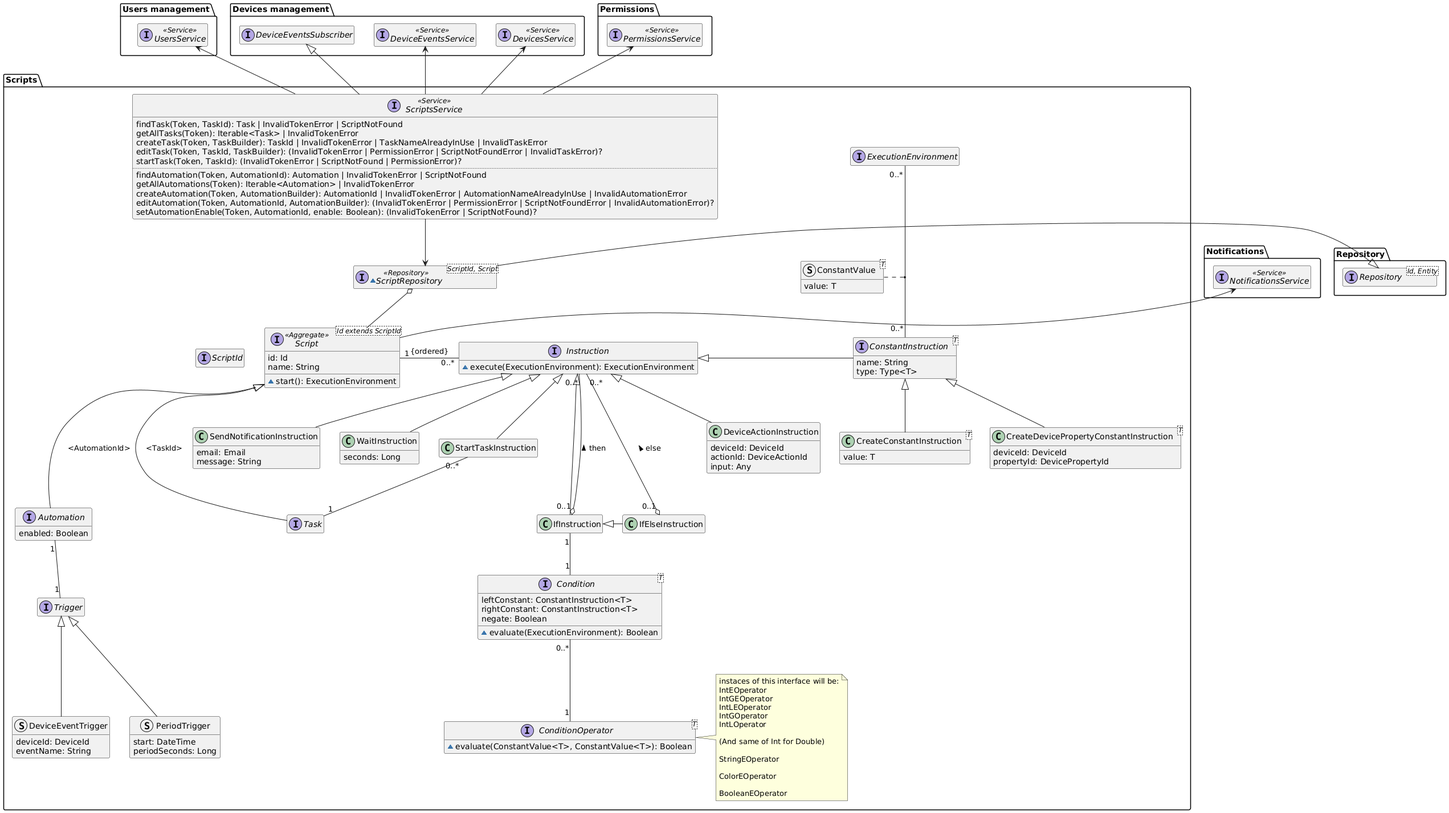
This is diagrams/generated/scripts-domain-model.png from DomoticASW/.github, a PlantUML export, as it was before one commit. The source it was exported from:
```plantuml
@startuml scripts-domain-model

hide empty members
package Repository{
    interface Repository<Id, Entity>
}

package "Users management" as UsersManagement {
    interface UsersService <<Service>>
}

package "Devices management" as DevicesManagement {
    interface DevicesService <<Service>>
    interface DeviceEventsService <<Service>>
    interface DeviceEventsSubscriber
}

package Permissions {
    interface PermissionsService <<Service>>
}

package Notifications {
    interface NotificationsService <<Service>>
}

package "Scripts" {

    interface ScriptId

    interface Script<Id extends ScriptId> <<Aggregate>> {
        id: Id
        name: String
        ~start(): ExecutionEnvironment
    }

    interface Task
    interface Automation {
        enabled: Boolean
    }

    interface Trigger

    struct DeviceEventTrigger extends Trigger {
        deviceId: DeviceId
        eventName: String
    }

    struct PeriodTrigger extends Trigger {
        start: DateTime
        periodSeconds: Long
    }

    interface Instruction {
        ~execute(ExecutionEnvironment): ExecutionEnvironment
    }
    class StartTaskInstruction extends Instruction

    class DeviceActionInstruction extends Instruction {
        deviceId: DeviceId
        actionId: DeviceActionId
        input: Any
    }

    class IfInstruction

    class IfElseInstruction

    class SendNotificationInstruction extends Instruction {
        email: Email
        message: String
    }

    class WaitInstruction extends Instruction {
        seconds: Long
    }

    interface ConstantInstruction<T> {
        name: String
        type: Type<T>
    }

    class CreateDevicePropertyConstantInstruction<T> extends ConstantInstruction {
        deviceId: DeviceId
        propertyId: DevicePropertyId
    }

    class CreateConstantInstruction<T> extends ConstantInstruction {
        value: T
    }

    interface Condition<T> {
        leftConstant: ConstantInstruction<T>
        rightConstant: ConstantInstruction<T>
        negate: Boolean
        ~evaluate(ExecutionEnvironment): Boolean
    }

    interface ConditionOperator<T> {
        ~evaluate(ConstantValue<T>, ConstantValue<T>): Boolean
    }

    note right of ConditionOperator
        instaces of this interface will be:
        IntEOperator
        IntGEOperator
        IntLEOperator
        IntGOperator
        IntLOperator

        (And same of Int for Double)

        StringEOperator

        ColorEOperator

        BooleanEOperator
    end note

    interface ExecutionEnvironment

    struct ConstantValue<T> {
        value: T
    }

    ExecutionEnvironment "0..*" -- "0..*" ConstantInstruction
    ConstantValue .. (ExecutionEnvironment, ConstantInstruction)

    ~interface ScriptRepository<ScriptId, Script> <<Repository>> {
    }
    ScriptRepository -l-|> Repository.Repository
    ScriptRepository o-- Script

    interface ScriptsService <<Service>> {
        findTask(Token, TaskId): Task | InvalidTokenError | ScriptNotFound
        getAllTasks(Token): Iterable<Task> | InvalidTokenError
        createTask(Token, TaskBuilder): TaskId | InvalidTokenError | TaskNameAlreadyInUse | InvalidTaskError
        editTask(Token, TaskId, TaskBuilder): (InvalidTokenError | PermissionError | ScriptNotFoundError | InvalidTaskError)?
        startTask(Token, TaskId): (InvalidTokenError | ScriptNotFound | PermissionError)?
        ..
        findAutomation(Token, AutomationId): Automation | InvalidTokenError | ScriptNotFound
        getAllAutomations(Token): Iterable<Automation> | InvalidTokenError
        createAutomation(Token, AutomationBuilder): AutomationId | InvalidTokenError | AutomationNameAlreadyInUse | InvalidAutomationError
        editAutomation(Token, AutomationId, AutomationBuilder): (InvalidTokenError | PermissionError | ScriptNotFoundError | InvalidAutomationError)?
        setAutomationEnable(Token, AutomationId, enable: Boolean): (InvalidTokenError | ScriptNotFound)?
    }

    Script -l[hidden] ScriptId
    Script <|-- Task : "<TaskId>"
    Script <|--- Automation : "<AutomationId>"
    Automation "1" -- "1" Trigger
    Script "1" -r- "0..*" Instruction : "{ordered}"
    IfInstruction --u-|> Instruction
    IfElseInstruction -l-|> IfInstruction
    IfInstruction "0..1" o-u- "0..*" Instruction : "then >"
    IfInstruction "1" -- "1" Condition
    IfElseInstruction "0..1" o-u- "0..*" Instruction : "else >"
    StartTaskInstruction "0..*" -- "1" Task
    Condition "0..*" -- "1" ConditionOperator
    ConstantInstruction -l-|> Instruction
    ScriptsService --> ScriptRepository
    ScriptsService -u-> Permissions.PermissionsService
    ScriptsService -u-> DevicesManagement.DevicesService
    ScriptsService -u-> DevicesManagement.DeviceEventsService
    ScriptsService -u-|> DevicesManagement.DeviceEventsSubscriber
    ScriptsService -u-> UsersManagement.UsersService
    Script -u-> Notifications.NotificationsService
}

@enduml
```
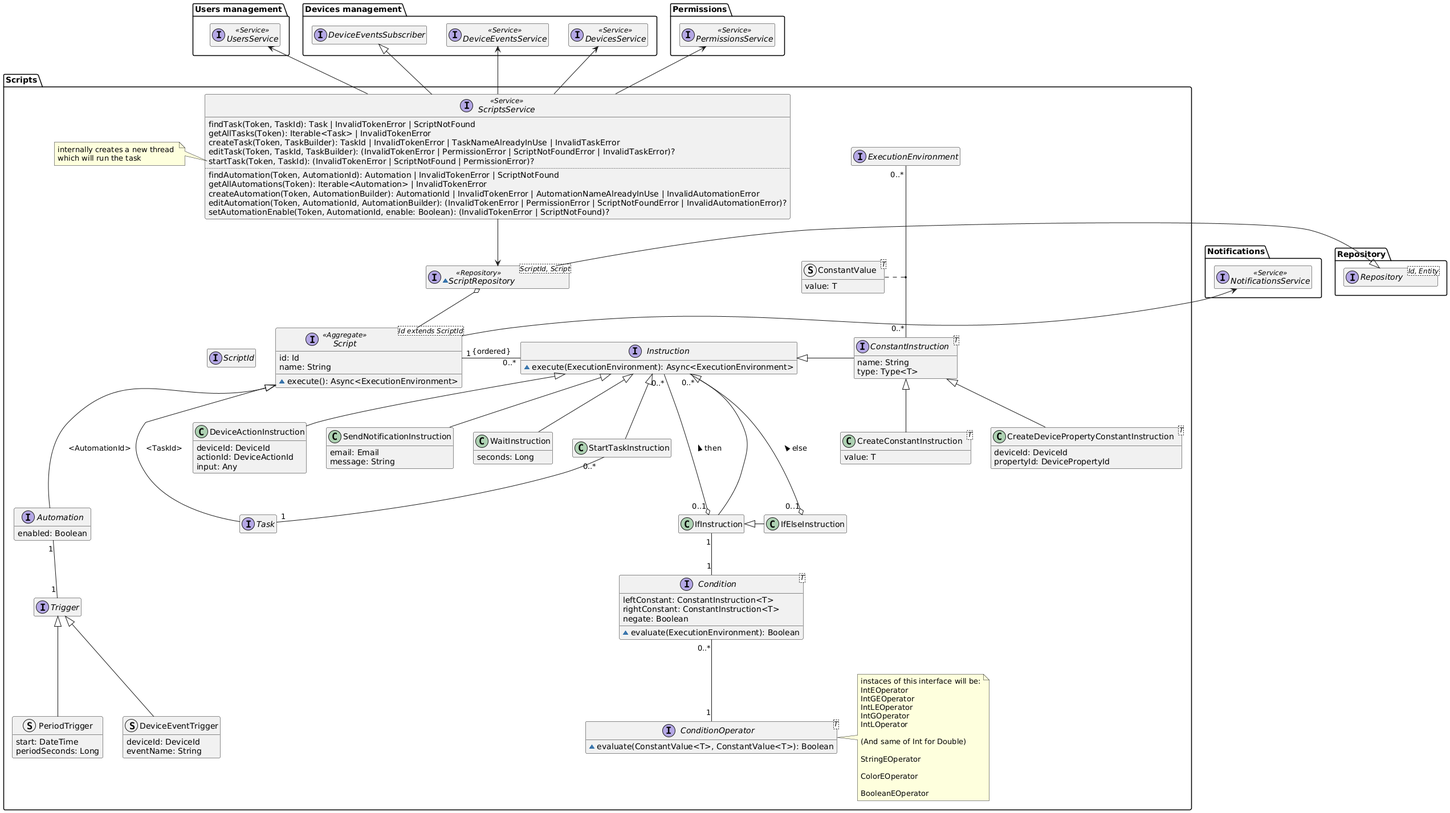
Later version of the same file.

Commit message:
explicit async methods on scripts

What changed in the source:
```diff
@@ -30,7 +30,7 @@
     interface Script<Id extends ScriptId> <<Aggregate>> {
         id: Id
         name: String
-        ~start(): ExecutionEnvironment
+        ~execute(): Async<ExecutionEnvironment>
     }
 
     interface Task
@@ -51,7 +51,7 @@
     }
 
     interface Instruction {
-        ~execute(ExecutionEnvironment): ExecutionEnvironment
+        ~execute(ExecutionEnvironment): Async<ExecutionEnvironment>
     }
     class StartTaskInstruction extends Instruction
 
@@ -144,6 +144,11 @@
         setAutomationEnable(Token, AutomationId, enable: Boolean): (InvalidTokenError | ScriptNotFound)?
     }
 
+    note left of ScriptsService::startTask
+        internally creates a new thread
+        which will run the task
+    end note
+
     Script -l[hidden] ScriptId
     Script <|-- Task : "<TaskId>"
     Script <|--- Automation : "<AutomationId>"
```
